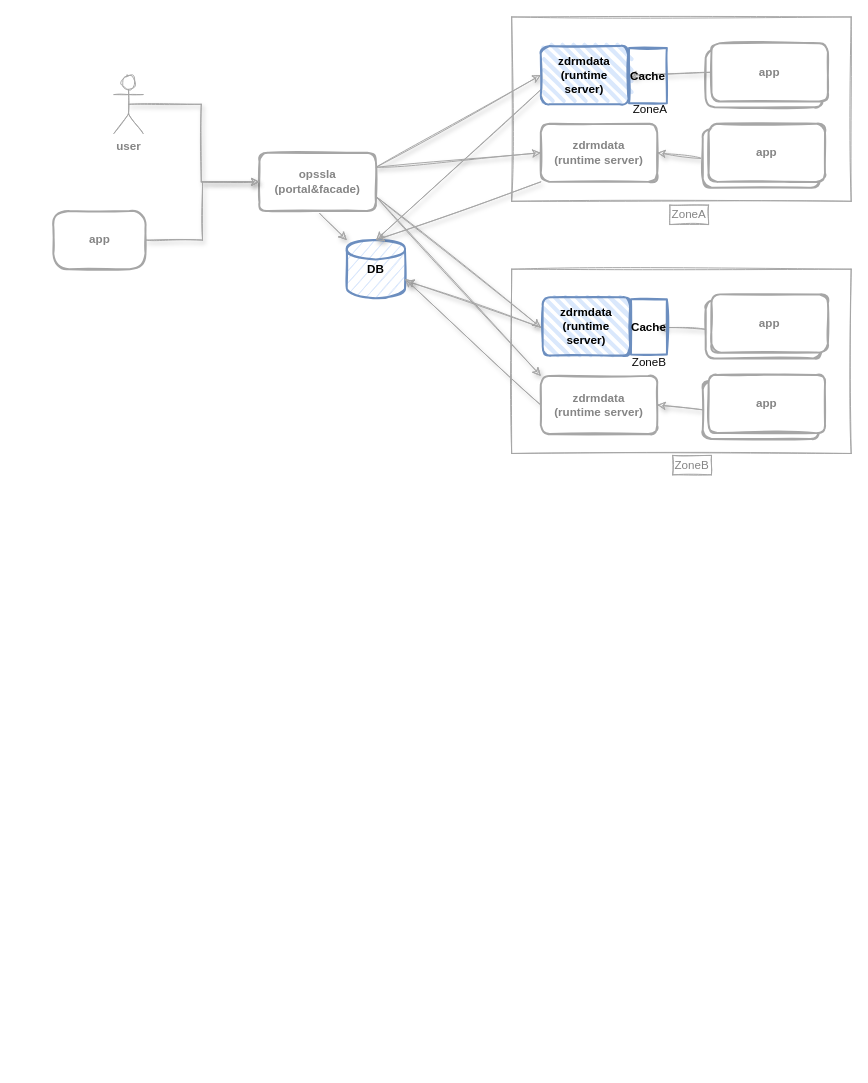
This is page "drm缓存" (6 of 13) of drm-arch.drawio from atellwu/atellwu.github.io, a draw.io file, before an edit. Source tidied: cells renumbered, new cells numbered last; positions are measured from the earlier drawing's top-left corner, leaving out a move shared by most shapes. Both pictures are drawn from the tidied source at 97%, with x=0, y=0 at pixel (53, 16).
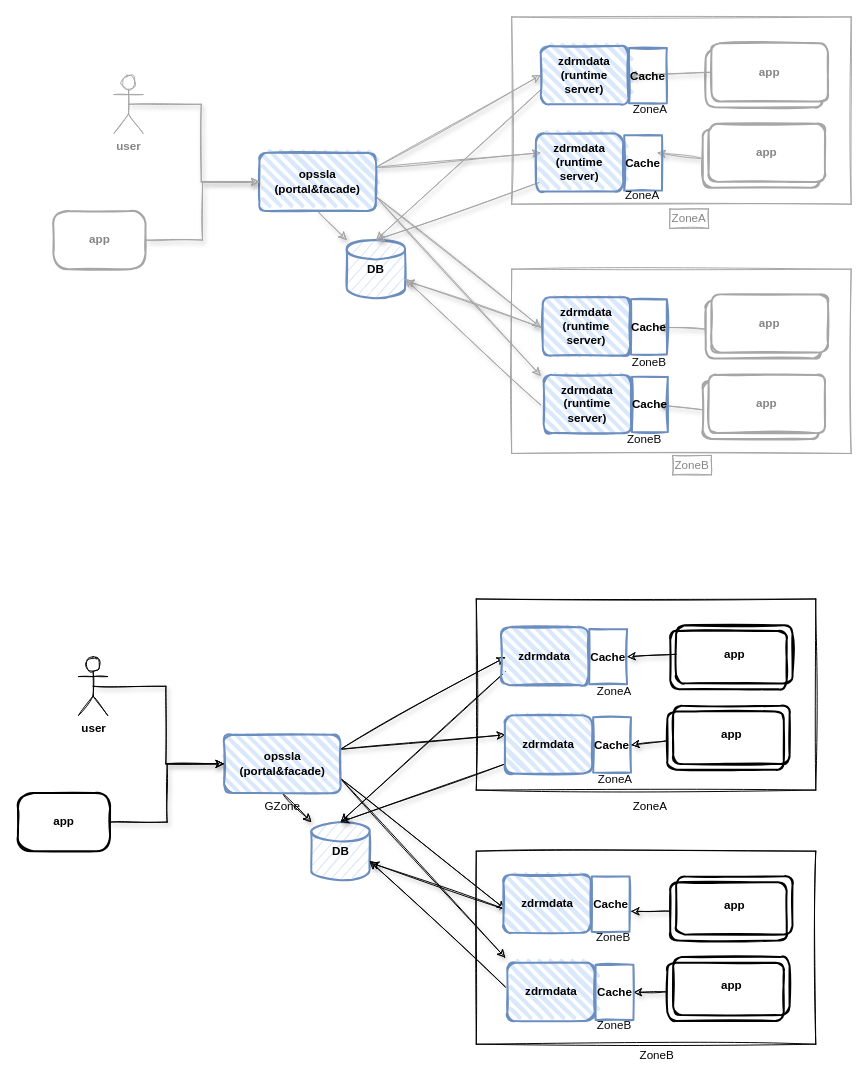
The same page after the edit.

The change refers to these unchanged cells:
```xml
<mxCell id="28" style="rounded=1;whiteSpace=wrap;html=1;strokeWidth=2;fillWeight=4;hachureGap=8;hachureAngle=45;sketch=1;strokeColor=#A6A6A6;fontColor=#858585;" parent="1" vertex="1">
  <mxGeometry x="669" y="116" width="120" height="60" as="geometry" />
</mxCell>
<mxCell id="34" style="rounded=1;whiteSpace=wrap;html=1;strokeWidth=2;fillWeight=4;hachureGap=8;hachureAngle=45;sketch=1;strokeColor=#A6A6A6;fontColor=#858585;" parent="1" vertex="1">
  <mxGeometry x="669" y="375" width="120" height="60" as="geometry" />
</mxCell>
```

Diff of the diagram source:
```diff
@@
     <mxCell id="3" style="rounded=0;whiteSpace=wrap;html=1;shadow=0;sketch=1;strokeColor=#A6A6A6;fontColor=#858585;" parent="1" vertex="1">
-      <mxGeometry x="472" width="350" height="190" as="geometry" />
+      <mxGeometry x="472" width="350" height="193" as="geometry" />
     </mxCell>
@@
-    <mxCell id="6" style="edgeStyle=none;rounded=1;sketch=1;jettySize=auto;html=1;exitX=1;exitY=0.25;exitDx=0;exitDy=0;entryX=0;entryY=0.5;entryDx=0;entryDy=0;shadow=1;startArrow=none;startFill=0;strokeColor=#A6A6A6;fontColor=#858585;" parent="1" edge="1" source="9" target="21">
-      <mxGeometry relative="1" as="geometry" />
+    <mxCell id="6" style="edgeStyle=none;rounded=1;sketch=1;jettySize=auto;html=1;exitX=1;exitY=0.25;exitDx=0;exitDy=0;entryX=0;entryY=0.5;entryDx=0;entryDy=0;shadow=1;startArrow=none;startFill=0;strokeColor=#A6A6A6;fontColor=#858585;" parent="1" edge="1" source="9">
+      <mxGeometry relative="1" as="geometry">
+        <mxPoint x="502" y="140" as="targetPoint" />
+      </mxGeometry>
     </mxCell>
@@
-    <mxCell id="8" style="edgeStyle=none;rounded=1;sketch=1;jettySize=auto;html=1;exitX=1;exitY=0.75;exitDx=0;exitDy=0;entryX=0;entryY=0;entryDx=0;entryDy=0;shadow=1;startArrow=none;startFill=0;strokeColor=#A6A6A6;fontColor=#858585;" parent="1" edge="1" source="9" target="24">
-      <mxGeometry relative="1" as="geometry" />
+    <mxCell id="8" style="edgeStyle=none;rounded=1;sketch=1;jettySize=auto;html=1;exitX=1;exitY=0.75;exitDx=0;exitDy=0;entryX=0;entryY=0;entryDx=0;entryDy=0;shadow=1;startArrow=none;startFill=0;strokeColor=#A6A6A6;fontColor=#858585;" parent="1" edge="1" source="9">
+      <mxGeometry relative="1" as="geometry">
+        <mxPoint x="502" y="370" as="targetPoint" />
+      </mxGeometry>
     </mxCell>
-    <mxCell id="9" value="&lt;b&gt;opssla&lt;br&gt;(portal&amp;amp;facade)&lt;/b&gt;" style="rounded=1;whiteSpace=wrap;html=1;strokeWidth=2;fillWeight=4;hachureGap=8;hachureAngle=45;sketch=1;strokeColor=#A6A6A6;fontColor=#858585;" parent="1" vertex="1">
+    <mxCell id="9" value="&lt;b&gt;opssla&lt;br&gt;(portal&amp;amp;facade)&lt;/b&gt;" style="rounded=1;whiteSpace=wrap;html=1;strokeWidth=2;fillWeight=4;hachureGap=8;hachureAngle=45;sketch=1;strokeColor=#6c8ebf;fillColor=#dae8fc;" parent="1" vertex="1">
       <mxGeometry x="212" y="140" width="120" height="60" as="geometry" />
     </mxCell>
@@
-    <mxCell id="20" style="edgeStyle=none;rounded=1;sketch=1;jettySize=auto;html=1;exitX=0;exitY=1;exitDx=0;exitDy=0;shadow=1;startArrow=none;startFill=0;strokeColor=#A6A6A6;fontColor=#858585;" parent="1" edge="1" source="21">
+    <mxCell id="20" style="edgeStyle=none;rounded=1;sketch=1;orthogonalLoop=1;jettySize=auto;html=1;exitX=0;exitY=1;exitDx=0;exitDy=0;shadow=1;startArrow=none;startFill=0;strokeColor=#A6A6A6;fontColor=#858585;" parent="1" edge="1">
       <mxGeometry relative="1" as="geometry">
+        <mxPoint x="502" y="170" as="sourcePoint" />
         <mxPoint x="332" y="230" as="targetPoint" />
       </mxGeometry>
     </mxCell>
-    <mxCell id="21" value="&lt;b&gt;zdrmdata&lt;br&gt;(runtime server)&lt;/b&gt;" style="rounded=1;whiteSpace=wrap;html=1;strokeWidth=2;fillWeight=4;hachureGap=8;hachureAngle=45;sketch=1;strokeColor=#A6A6A6;fontColor=#858585;" parent="1" vertex="1">
-      <mxGeometry x="502" y="110" width="120" height="60" as="geometry" />
-    </mxCell>
@@
-    <mxCell id="23" style="edgeStyle=none;rounded=1;sketch=1;jettySize=auto;html=1;exitX=0;exitY=0.5;exitDx=0;exitDy=0;shadow=1;startArrow=none;startFill=0;strokeColor=#A6A6A6;fontColor=#858585;" parent="1" edge="1" source="24">
+    <mxCell id="23" style="edgeStyle=none;rounded=1;sketch=1;orthogonalLoop=1;jettySize=auto;html=1;exitX=0;exitY=0.5;exitDx=0;exitDy=0;shadow=1;startArrow=none;startFill=0;strokeColor=#A6A6A6;fontColor=#858585;" parent="1" edge="1">
       <mxGeometry relative="1" as="geometry">
+        <mxPoint x="502" y="400" as="sourcePoint" />
         <mxPoint x="362" y="270" as="targetPoint" />
       </mxGeometry>
     </mxCell>
-    <mxCell id="24" value="&lt;b&gt;zdrmdata&lt;br&gt;(runtime server)&lt;/b&gt;" style="rounded=1;whiteSpace=wrap;html=1;strokeWidth=2;fillWeight=4;hachureGap=8;hachureAngle=45;sketch=1;strokeColor=#A6A6A6;fontColor=#858585;" parent="1" vertex="1">
-      <mxGeometry x="502" y="370" width="120" height="60" as="geometry" />
-    </mxCell>
@@
     <mxCell id="26" value="ZoneA" style="text;html=1;align=center;verticalAlign=middle;whiteSpace=wrap;rounded=0;shadow=0;sketch=1;strokeColor=#A6A6A6;fontColor=#858585;" parent="1" vertex="1">
-      <mxGeometry x="635" y="194" width="40" height="20" as="geometry" />
+      <mxGeometry x="635" y="198" width="40" height="20" as="geometry" />
     </mxCell>
-    <mxCell id="27" style="edgeStyle=none;rounded=1;sketch=1;jettySize=auto;html=1;exitX=0;exitY=0.5;exitDx=0;exitDy=0;entryX=1;entryY=0.5;entryDx=0;entryDy=0;shadow=1;startArrow=none;startFill=0;strokeColor=#A6A6A6;fontColor=#858585;" parent="1" edge="1" source="28" target="21">
-      <mxGeometry relative="1" as="geometry" />
+    <mxCell id="27" style="edgeStyle=none;rounded=1;sketch=1;jettySize=auto;html=1;exitX=0;exitY=0.5;exitDx=0;exitDy=0;entryX=1;entryY=0.5;entryDx=0;entryDy=0;shadow=1;startArrow=none;startFill=0;strokeColor=#A6A6A6;fontColor=#858585;" parent="1" edge="1" source="28">
+      <mxGeometry relative="1" as="geometry">
+        <mxPoint x="622" y="140" as="targetPoint" />
+      </mxGeometry>
     </mxCell>
@@
-    <mxCell id="33" style="edgeStyle=none;rounded=1;sketch=1;jettySize=auto;html=1;exitX=0;exitY=0.5;exitDx=0;exitDy=0;entryX=1;entryY=0.5;entryDx=0;entryDy=0;shadow=1;startArrow=none;startFill=0;strokeColor=#A6A6A6;fontColor=#858585;" parent="1" edge="1" source="34" target="24">
-      <mxGeometry relative="1" as="geometry" />
+    <mxCell id="33" style="edgeStyle=none;rounded=1;sketch=1;jettySize=auto;html=1;exitX=0;exitY=0.5;exitDx=0;exitDy=0;entryX=1;entryY=0.5;entryDx=0;entryDy=0;shadow=1;startArrow=none;startFill=0;strokeColor=#A6A6A6;fontColor=#858585;" parent="1" edge="1" source="34">
+      <mxGeometry relative="1" as="geometry">
+        <mxPoint x="622" y="400" as="targetPoint" />
+      </mxGeometry>
     </mxCell>
@@
+    <mxCell id="41" value="&lt;b&gt;zdrmdata&lt;br&gt;(runtime server)&lt;/b&gt;" style="rounded=1;whiteSpace=wrap;html=1;strokeWidth=2;fillWeight=4;hachureGap=8;hachureAngle=45;sketch=1;strokeColor=#6c8ebf;fillColor=#dae8fc;" parent="1" vertex="1">
+      <mxGeometry x="497" y="120" width="90" height="60" as="geometry" />
+    </mxCell>
+    <mxCell id="42" value="&lt;font color=&quot;#000000&quot;&gt;&lt;b&gt;Cache&lt;/b&gt;&lt;/font&gt;" style="whiteSpace=wrap;html=1;shadow=0;strokeColor=#6c8ebf;strokeWidth=2;fillColor=none;sketch=1;fillWeight=2;hachureGap=8;fillStyle=dots;fontColor=#858585;" parent="1" vertex="1">
+      <mxGeometry x="588" y="122" width="39" height="57" as="geometry" />
+    </mxCell>
+    <mxCell id="43" value="ZoneA" style="text;html=1;align=center;verticalAlign=middle;whiteSpace=wrap;rounded=0;shadow=0;sketch=1;fontColor=#080808;" parent="1" vertex="1">
+      <mxGeometry x="587" y="174" width="40" height="20" as="geometry" />
+    </mxCell>
+    <mxCell id="44" style="edgeStyle=none;rounded=0;sketch=1;orthogonalLoop=1;jettySize=auto;html=1;exitX=0.5;exitY=0;exitDx=0;exitDy=0;shadow=0;strokeWidth=2;fillColor=none;fontFamily=Comic Sans MS;fontColor=#4D4D4D;" parent="1" edge="1" source="26" target="26">
+      <mxGeometry relative="1" as="geometry" />
+    </mxCell>
+    <mxCell id="45" value="&lt;b&gt;zdrmdata&lt;br&gt;(runtime server)&lt;/b&gt;" style="rounded=1;whiteSpace=wrap;html=1;strokeWidth=2;fillWeight=4;hachureGap=8;hachureAngle=45;sketch=1;strokeColor=#6c8ebf;fillColor=#dae8fc;" parent="1" vertex="1">
+      <mxGeometry x="505" y="369" width="90" height="60" as="geometry" />
+    </mxCell>
+    <mxCell id="46" value="&lt;font color=&quot;#000000&quot;&gt;&lt;b&gt;Cache&lt;/b&gt;&lt;/font&gt;" style="whiteSpace=wrap;html=1;shadow=0;strokeColor=#6c8ebf;strokeWidth=2;fillColor=none;sketch=1;fillWeight=2;hachureGap=8;fillStyle=dots;fontColor=#858585;" parent="1" vertex="1">
+      <mxGeometry x="596" y="371" width="37" height="57" as="geometry" />
+    </mxCell>
+    <mxCell id="47" value="ZoneB" style="text;html=1;align=center;verticalAlign=middle;whiteSpace=wrap;rounded=0;shadow=0;sketch=1;fontColor=#080808;" parent="1" vertex="1">
+      <mxGeometry x="589" y="426" width="40" height="20" as="geometry" />
+    </mxCell>
+    <mxCell id="48" style="rounded=0;whiteSpace=wrap;html=1;shadow=0;sketch=1;" parent="1" vertex="1">
+      <mxGeometry x="435.5" y="860" width="350" height="199" as="geometry" />
+    </mxCell>
+    <mxCell id="49" style="rounded=0;whiteSpace=wrap;html=1;shadow=0;sketch=1;" parent="1" vertex="1">
+      <mxGeometry x="435.5" y="600" width="350" height="197" as="geometry" />
+    </mxCell>
+    <mxCell id="50" style="rounded=0;jettySize=auto;html=1;exitX=1;exitY=0.25;exitDx=0;exitDy=0;entryX=0;entryY=0.5;entryDx=0;entryDy=0;shadow=1;sketch=1;" parent="1" edge="1" source="55">
+      <mxGeometry relative="1" as="geometry">
+        <mxPoint x="465.5" y="660" as="targetPoint" />
+      </mxGeometry>
+    </mxCell>
+    <mxCell id="51" style="edgeStyle=none;rounded=1;sketch=1;jettySize=auto;html=1;exitX=0.5;exitY=1;exitDx=0;exitDy=0;shadow=1;startArrow=none;startFill=0;" parent="1" edge="1" source="55" target="64">
+      <mxGeometry relative="1" as="geometry" />
+    </mxCell>
+    <mxCell id="52" style="edgeStyle=none;rounded=1;sketch=1;jettySize=auto;html=1;exitX=1;exitY=0.25;exitDx=0;exitDy=0;entryX=0;entryY=0.5;entryDx=0;entryDy=0;shadow=1;startArrow=none;startFill=0;" parent="1" edge="1" source="55">
+      <mxGeometry relative="1" as="geometry">
+        <mxPoint x="465.5" y="740" as="targetPoint" />
+      </mxGeometry>
+    </mxCell>
+    <mxCell id="53" style="edgeStyle=none;rounded=1;sketch=1;jettySize=auto;html=1;exitX=1;exitY=0.75;exitDx=0;exitDy=0;entryX=0;entryY=0.5;entryDx=0;entryDy=0;shadow=1;startArrow=none;startFill=0;" parent="1" edge="1" source="55">
+      <mxGeometry relative="1" as="geometry">
+        <mxPoint x="465.5" y="920" as="targetPoint" />
+      </mxGeometry>
+    </mxCell>
+    <mxCell id="54" style="edgeStyle=none;rounded=1;sketch=1;jettySize=auto;html=1;exitX=1;exitY=0.75;exitDx=0;exitDy=0;entryX=0;entryY=0;entryDx=0;entryDy=0;shadow=1;startArrow=none;startFill=0;" parent="1" edge="1" source="55">
+      <mxGeometry relative="1" as="geometry">
+        <mxPoint x="465.5" y="970" as="targetPoint" />
+      </mxGeometry>
+    </mxCell>
+    <mxCell id="55" value="&lt;b&gt;opssla&lt;br&gt;(portal&amp;amp;facade)&lt;/b&gt;" style="rounded=1;whiteSpace=wrap;html=1;strokeWidth=2;fillWeight=4;hachureGap=8;hachureAngle=45;sketch=1;fillColor=#dae8fc;strokeColor=#6c8ebf;" parent="1" vertex="1">
+      <mxGeometry x="175.5" y="740" width="120" height="60" as="geometry" />
+    </mxCell>
+    <mxCell id="56" style="edgeStyle=none;rounded=1;sketch=1;jettySize=auto;html=1;exitX=0;exitY=0.75;exitDx=0;exitDy=0;entryX=0.5;entryY=0;entryDx=0;entryDy=0;entryPerimeter=0;shadow=1;startArrow=none;startFill=0;" parent="1" edge="1" target="64">
+      <mxGeometry relative="1" as="geometry">
+        <mxPoint x="465.5" y="675" as="sourcePoint" />
+      </mxGeometry>
+    </mxCell>
+    <mxCell id="57" style="rounded=1;whiteSpace=wrap;html=1;strokeWidth=2;fillWeight=4;hachureGap=8;hachureAngle=45;sketch=1;fillColor=none;" parent="1" vertex="1">
+      <mxGeometry x="635.5" y="633" width="120" height="60" as="geometry" />
+    </mxCell>
+    <mxCell id="58" style="edgeStyle=orthogonalEdgeStyle;rounded=0;jettySize=auto;html=1;exitX=0.5;exitY=0.5;exitDx=0;exitDy=0;exitPerimeter=0;entryX=0;entryY=0.5;entryDx=0;entryDy=0;shadow=1;sketch=1;" parent="1" edge="1" source="59" target="55">
+      <mxGeometry relative="1" as="geometry" />
+    </mxCell>
+    <mxCell id="59" value="&lt;b&gt;user&lt;/b&gt;" style="shape=umlActor;verticalLabelPosition=bottom;verticalAlign=top;html=1;outlineConnect=0;sketch=1;" parent="1" vertex="1">
+      <mxGeometry x="25.5" y="660" width="30" height="60" as="geometry" />
+    </mxCell>
+    <mxCell id="60" style="edgeStyle=orthogonalEdgeStyle;rounded=0;jettySize=auto;html=1;exitX=1;exitY=0.5;exitDx=0;exitDy=0;entryX=0;entryY=0.5;entryDx=0;entryDy=0;shadow=1;sketch=1;" parent="1" edge="1" source="61" target="55">
+      <mxGeometry relative="1" as="geometry" />
+    </mxCell>
+    <mxCell id="61" value="&lt;b&gt;app&lt;/b&gt;" style="rounded=1;whiteSpace=wrap;html=1;strokeWidth=2;fillWeight=4;hachureGap=8;hachureAngle=45;sketch=1;fillColor=none;arcSize=27;" parent="1" vertex="1">
+      <mxGeometry x="-37" y="800" width="95" height="60" as="geometry" />
+    </mxCell>
+    <mxCell id="62" style="edgeStyle=none;rounded=1;sketch=1;jettySize=auto;html=1;exitX=0;exitY=0.5;exitDx=0;exitDy=0;entryX=1;entryY=0.5;entryDx=0;entryDy=0;shadow=1;startArrow=none;startFill=0;" parent="1" edge="1" source="63" target="81">
+      <mxGeometry relative="1" as="geometry" />
+    </mxCell>
+    <mxCell id="63" value="&lt;b&gt;app&lt;/b&gt;" style="rounded=1;whiteSpace=wrap;html=1;strokeWidth=2;fillWeight=4;hachureGap=8;hachureAngle=45;sketch=1;fillColor=none;" parent="1" vertex="1">
+      <mxGeometry x="641.5" y="627" width="120" height="60" as="geometry" />
+    </mxCell>
+    <mxCell id="64" value="&lt;b&gt;DB&lt;/b&gt;" style="strokeWidth=2;html=1;shape=mxgraph.flowchart.database;whiteSpace=wrap;sketch=1;shadow=0;fillColor=#dae8fc;strokeColor=#6c8ebf;" parent="1" vertex="1">
+      <mxGeometry x="265.5" y="830" width="60" height="60" as="geometry" />
+    </mxCell>
+    <mxCell id="65" style="edgeStyle=none;rounded=1;sketch=1;orthogonalLoop=1;jettySize=auto;html=1;exitX=0;exitY=1;exitDx=0;exitDy=0;shadow=1;startArrow=none;startFill=0;" parent="1" edge="1">
+      <mxGeometry relative="1" as="geometry">
+        <mxPoint x="465.5" y="770" as="sourcePoint" />
+        <mxPoint x="295.5" y="830" as="targetPoint" />
+      </mxGeometry>
+    </mxCell>
+    <mxCell id="66" style="edgeStyle=none;rounded=1;sketch=1;jettySize=auto;html=1;exitX=0;exitY=0.5;exitDx=0;exitDy=0;entryX=1.017;entryY=0.7;entryDx=0;entryDy=0;entryPerimeter=0;shadow=1;startArrow=none;startFill=0;" parent="1" edge="1" target="64">
+      <mxGeometry relative="1" as="geometry">
+        <mxPoint x="465.5" y="920" as="sourcePoint" />
+      </mxGeometry>
+    </mxCell>
+    <mxCell id="67" style="edgeStyle=none;rounded=1;sketch=1;orthogonalLoop=1;jettySize=auto;html=1;exitX=0;exitY=0.5;exitDx=0;exitDy=0;shadow=1;startArrow=none;startFill=0;" parent="1" edge="1">
+      <mxGeometry relative="1" as="geometry">
+        <mxPoint x="465.5" y="1000" as="sourcePoint" />
+        <mxPoint x="325.5" y="870" as="targetPoint" />
+      </mxGeometry>
+    </mxCell>
+    <mxCell id="68" value="ZoneB" style="text;html=1;strokeColor=none;fillColor=none;align=center;verticalAlign=middle;whiteSpace=wrap;rounded=0;shadow=0;sketch=1;" parent="1" vertex="1">
+      <mxGeometry x="601.5" y="1061" width="40" height="20" as="geometry" />
+    </mxCell>
+    <mxCell id="69" value="ZoneA" style="text;html=1;strokeColor=none;fillColor=none;align=center;verticalAlign=middle;whiteSpace=wrap;rounded=0;shadow=0;sketch=1;" parent="1" vertex="1">
+      <mxGeometry x="594.5" y="804" width="40" height="20" as="geometry" />
+    </mxCell>
+    <mxCell id="70" style="edgeStyle=none;rounded=1;sketch=1;jettySize=auto;html=1;exitX=0;exitY=0.5;exitDx=0;exitDy=0;entryX=1;entryY=0.5;entryDx=0;entryDy=0;shadow=1;startArrow=none;startFill=0;" parent="1" edge="1" source="71" target="83">
+      <mxGeometry relative="1" as="geometry" />
+    </mxCell>
+    <mxCell id="71" style="rounded=1;whiteSpace=wrap;html=1;strokeWidth=2;fillWeight=4;hachureGap=8;hachureAngle=45;sketch=1;fillColor=none;" parent="1" vertex="1">
+      <mxGeometry x="632.5" y="716" width="120" height="60" as="geometry" />
+    </mxCell>
+    <mxCell id="72" value="&lt;b&gt;app&lt;/b&gt;" style="rounded=1;whiteSpace=wrap;html=1;strokeWidth=2;fillWeight=4;hachureGap=8;hachureAngle=45;sketch=1;fillColor=none;" parent="1" vertex="1">
+      <mxGeometry x="638.5" y="710" width="120" height="60" as="geometry" />
+    </mxCell>
+    <mxCell id="73" style="edgeStyle=none;rounded=1;sketch=1;jettySize=auto;html=1;exitX=0;exitY=0.5;exitDx=0;exitDy=0;entryX=1.038;entryY=0.632;entryDx=0;entryDy=0;shadow=1;startArrow=none;startFill=0;entryPerimeter=0;" parent="1" edge="1" source="74" target="85">
+      <mxGeometry relative="1" as="geometry" />
+    </mxCell>
+    <mxCell id="74" style="rounded=1;whiteSpace=wrap;html=1;strokeWidth=2;fillWeight=4;hachureGap=8;hachureAngle=45;sketch=1;fillColor=none;" parent="1" vertex="1">
+      <mxGeometry x="635.5" y="892" width="120" height="60" as="geometry" />
+    </mxCell>
+    <mxCell id="75" value="&lt;b&gt;app&lt;/b&gt;" style="rounded=1;whiteSpace=wrap;html=1;strokeWidth=2;fillWeight=4;hachureGap=8;hachureAngle=45;sketch=1;fillColor=none;" parent="1" vertex="1">
+      <mxGeometry x="641.5" y="886" width="120" height="60" as="geometry" />
+    </mxCell>
+    <mxCell id="76" style="edgeStyle=none;rounded=1;sketch=1;jettySize=auto;html=1;exitX=0;exitY=0.5;exitDx=0;exitDy=0;entryX=1;entryY=0.5;entryDx=0;entryDy=0;shadow=1;startArrow=none;startFill=0;" parent="1" edge="1" source="77" target="87">
+      <mxGeometry relative="1" as="geometry" />
+    </mxCell>
+    <mxCell id="77" style="rounded=1;whiteSpace=wrap;html=1;strokeWidth=2;fillWeight=4;hachureGap=8;hachureAngle=45;sketch=1;fillColor=none;" parent="1" vertex="1">
+      <mxGeometry x="632.5" y="975" width="120" height="60" as="geometry" />
+    </mxCell>
+    <mxCell id="78" value="&lt;b&gt;app&lt;/b&gt;" style="rounded=1;whiteSpace=wrap;html=1;strokeWidth=2;fillWeight=4;hachureGap=8;hachureAngle=45;sketch=1;fillColor=none;" parent="1" vertex="1">
+      <mxGeometry x="638.5" y="969" width="120" height="60" as="geometry" />
+    </mxCell>
+    <mxCell id="79" value="GZone" style="text;html=1;strokeColor=none;fillColor=none;align=center;verticalAlign=middle;whiteSpace=wrap;rounded=0;shadow=0;sketch=1;" parent="1" vertex="1">
+      <mxGeometry x="215.5" y="804" width="40" height="20" as="geometry" />
+    </mxCell>
+    <mxCell id="80" value="&lt;b&gt;zdrmdata&lt;br&gt;&lt;/b&gt;" style="rounded=1;whiteSpace=wrap;html=1;strokeWidth=2;fillWeight=4;hachureGap=8;hachureAngle=45;sketch=1;strokeColor=#6c8ebf;fillColor=#dae8fc;" parent="1" vertex="1">
+      <mxGeometry x="461" y="629" width="90" height="60" as="geometry" />
+    </mxCell>
+    <mxCell id="81" value="&lt;font color=&quot;#000000&quot;&gt;&lt;b&gt;Cache&lt;/b&gt;&lt;/font&gt;" style="whiteSpace=wrap;html=1;shadow=0;strokeColor=#6c8ebf;strokeWidth=2;fillColor=none;sketch=1;fillWeight=2;hachureGap=8;fillStyle=dots;fontColor=#858585;" parent="1" vertex="1">
+      <mxGeometry x="552" y="631" width="39" height="57" as="geometry" />
+    </mxCell>
+    <mxCell id="82" value="&lt;b&gt;zdrmdata&lt;br&gt;&lt;/b&gt;" style="rounded=1;whiteSpace=wrap;html=1;strokeWidth=2;fillWeight=4;hachureGap=8;hachureAngle=45;sketch=1;strokeColor=#6c8ebf;fillColor=#dae8fc;" parent="1" vertex="1">
+      <mxGeometry x="465" y="720" width="90" height="60" as="geometry" />
+    </mxCell>
+    <mxCell id="83" value="&lt;font color=&quot;#000000&quot;&gt;&lt;b&gt;Cache&lt;/b&gt;&lt;/font&gt;" style="whiteSpace=wrap;html=1;shadow=0;strokeColor=#6c8ebf;strokeWidth=2;fillColor=none;sketch=1;fillWeight=2;hachureGap=8;fillStyle=dots;fontColor=#858585;" parent="1" vertex="1">
+      <mxGeometry x="556" y="722" width="39" height="57" as="geometry" />
+    </mxCell>
+    <mxCell id="84" value="&lt;b&gt;zdrmdata&lt;br&gt;&lt;/b&gt;" style="rounded=1;whiteSpace=wrap;html=1;strokeWidth=2;fillWeight=4;hachureGap=8;hachureAngle=45;sketch=1;strokeColor=#6c8ebf;fillColor=#dae8fc;" parent="1" vertex="1">
+      <mxGeometry x="463.5" y="884" width="90" height="60" as="geometry" />
+    </mxCell>
+    <mxCell id="85" value="&lt;font color=&quot;#000000&quot;&gt;&lt;b&gt;Cache&lt;/b&gt;&lt;/font&gt;" style="whiteSpace=wrap;html=1;shadow=0;strokeColor=#6c8ebf;strokeWidth=2;fillColor=none;sketch=1;fillWeight=2;hachureGap=8;fillStyle=dots;fontColor=#858585;" parent="1" vertex="1">
+      <mxGeometry x="554.5" y="886" width="39" height="57" as="geometry" />
+    </mxCell>
+    <mxCell id="86" value="&lt;b&gt;zdrmdata&lt;br&gt;&lt;/b&gt;" style="rounded=1;whiteSpace=wrap;html=1;strokeWidth=2;fillWeight=4;hachureGap=8;hachureAngle=45;sketch=1;strokeColor=#6c8ebf;fillColor=#dae8fc;" parent="1" vertex="1">
+      <mxGeometry x="467.5" y="975" width="90" height="60" as="geometry" />
+    </mxCell>
+    <mxCell id="87" value="&lt;font color=&quot;#000000&quot;&gt;&lt;b&gt;Cache&lt;/b&gt;&lt;/font&gt;" style="whiteSpace=wrap;html=1;shadow=0;strokeColor=#6c8ebf;strokeWidth=2;fillColor=none;sketch=1;fillWeight=2;hachureGap=8;fillStyle=dots;fontColor=#858585;" parent="1" vertex="1">
+      <mxGeometry x="558.5" y="977" width="39" height="57" as="geometry" />
+    </mxCell>
+    <mxCell id="88" value="ZoneA" style="text;html=1;align=center;verticalAlign=middle;whiteSpace=wrap;rounded=0;shadow=0;sketch=1;fontColor=#080808;" parent="1" vertex="1">
+      <mxGeometry x="557.5" y="685" width="40" height="20" as="geometry" />
+    </mxCell>
+    <mxCell id="89" value="ZoneA" style="text;html=1;align=center;verticalAlign=middle;whiteSpace=wrap;rounded=0;shadow=0;sketch=1;fontColor=#080808;" parent="1" vertex="1">
+      <mxGeometry x="558.5" y="776" width="40" height="20" as="geometry" />
+    </mxCell>
+    <mxCell id="90" value="ZoneB" style="text;html=1;align=center;verticalAlign=middle;whiteSpace=wrap;rounded=0;shadow=0;sketch=1;fontColor=#080808;" parent="1" vertex="1">
+      <mxGeometry x="556.5" y="939" width="40" height="20" as="geometry" />
+    </mxCell>
+    <mxCell id="91" value="ZoneB" style="text;html=1;align=center;verticalAlign=middle;whiteSpace=wrap;rounded=0;shadow=0;sketch=1;fontColor=#080808;" parent="1" vertex="1">
+      <mxGeometry x="557.5" y="1030" width="40" height="20" as="geometry" />
+    </mxCell>
```
